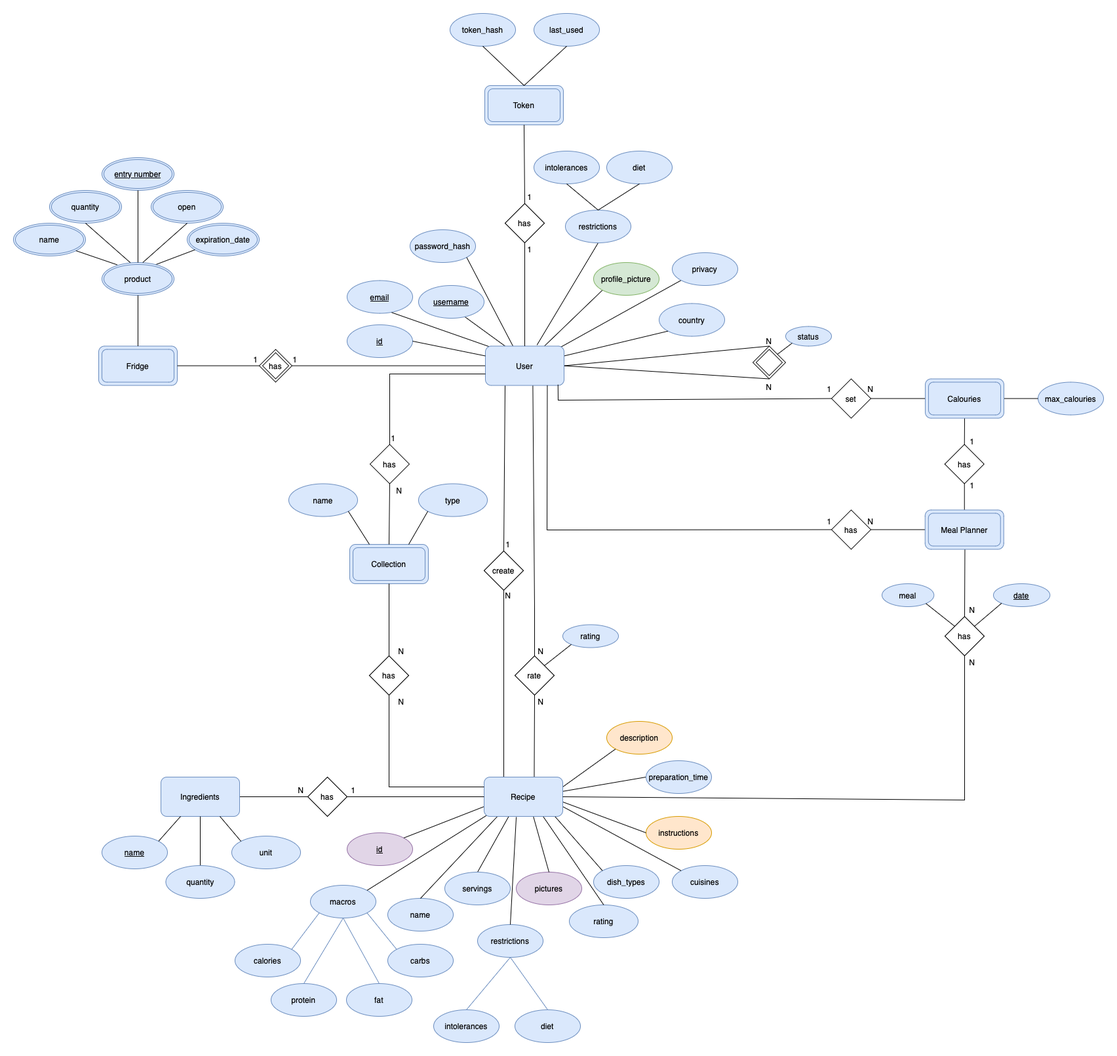
The draw.io diagram docs/imgs/ModeloEA.png in vascosta/epicurius, before a commit. Source tidied: cells renumbered, new cells last; positions are measured from the earlier drawing's top-left corner, leaving out a move shared by most shapes.
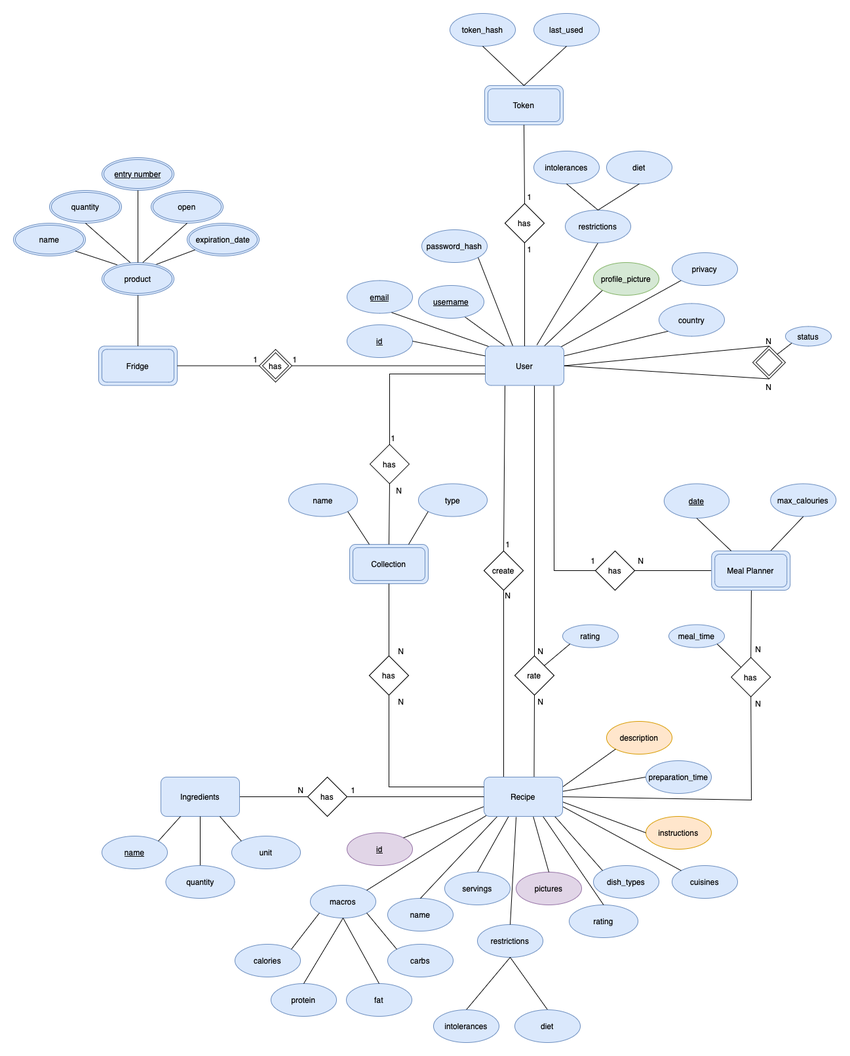
The same file after the commit.

The edit, as a diff of the source:
```diff
@@ -11,3 +11,3 @@
     <mxCell id="4" value="password_hash" style="ellipse;whiteSpace=wrap;html=1;fillColor=#dae8fc;strokeColor=#6c8ebf;" parent="1" vertex="1">
-      <mxGeometry x="605" y="330" width="100" height="50" as="geometry" />
+      <mxGeometry x="623" y="330" width="100" height="50" as="geometry" />
     </mxCell>
@@ -103,12 +103,12 @@
     </mxCell>
-    <mxCell id="35" style="endArrow=none;html=1;rounded=0;entryX=1;entryY=0;entryDx=0;entryDy=0;exitX=0;exitY=1;exitDx=0;exitDy=0;fillColor=#dae8fc;strokeColor=#6c8ebf;" parent="1" edge="1" source="17" target="21">
+    <mxCell id="35" style="endArrow=none;html=1;rounded=0;entryX=1;entryY=0;entryDx=0;entryDy=0;exitX=0;exitY=1;exitDx=0;exitDy=0;fillColor=#dae8fc;strokeColor=#000000;" parent="1" edge="1" source="17" target="21">
       <mxGeometry relative="1" as="geometry" />
     </mxCell>
-    <mxCell id="36" style="endArrow=none;html=1;rounded=0;entryX=0.5;entryY=0;entryDx=0;entryDy=0;exitX=0.5;exitY=1;exitDx=0;exitDy=0;fillColor=#dae8fc;strokeColor=#6c8ebf;" parent="1" edge="1" source="17" target="20">
+    <mxCell id="36" style="endArrow=none;html=1;rounded=0;entryX=0.5;entryY=0;entryDx=0;entryDy=0;exitX=0.5;exitY=1;exitDx=0;exitDy=0;fillColor=#dae8fc;strokeColor=#000000;" parent="1" edge="1" source="17" target="20">
       <mxGeometry relative="1" as="geometry" />
     </mxCell>
-    <mxCell id="37" style="endArrow=none;html=1;rounded=0;exitX=0.5;exitY=1;exitDx=0;exitDy=0;fillColor=#dae8fc;strokeColor=#6c8ebf;entryX=0.5;entryY=0;entryDx=0;entryDy=0;" parent="1" edge="1" source="17" target="19">
+    <mxCell id="37" style="endArrow=none;html=1;rounded=0;exitX=0.5;exitY=1;exitDx=0;exitDy=0;fillColor=#dae8fc;strokeColor=#000000;entryX=0.5;entryY=0;entryDx=0;entryDy=0;" parent="1" edge="1" source="17" target="19">
       <mxGeometry relative="1" as="geometry" />
     </mxCell>
-    <mxCell id="38" style="endArrow=none;html=1;rounded=0;entryX=0;entryY=0;entryDx=0;entryDy=0;exitX=1;exitY=1;exitDx=0;exitDy=0;fillColor=#dae8fc;strokeColor=#6c8ebf;" parent="1" edge="1" source="17" target="18">
+    <mxCell id="38" style="endArrow=none;html=1;rounded=0;entryX=0;entryY=0;entryDx=0;entryDy=0;exitX=1;exitY=1;exitDx=0;exitDy=0;fillColor=#dae8fc;strokeColor=#000000;" parent="1" edge="1" source="17" target="18">
       <mxGeometry relative="1" as="geometry" />
@@ -139,3 +139,3 @@
     </mxCell>
-    <mxCell id="47" style="endArrow=none;html=1;rounded=0;entryX=0.5;entryY=0;entryDx=0;entryDy=0;fillColor=#dae8fc;strokeColor=#6c8ebf;exitX=0.5;exitY=1;exitDx=0;exitDy=0;" parent="1" edge="1" source="23" target="48">
+    <mxCell id="47" style="endArrow=none;html=1;rounded=0;entryX=0.5;entryY=0;entryDx=0;entryDy=0;fillColor=#dae8fc;strokeColor=#000000;exitX=0.5;exitY=1;exitDx=0;exitDy=0;" parent="1" edge="1" source="23" target="48">
       <mxGeometry relative="1" as="geometry" />
@@ -145,3 +145,3 @@
     </mxCell>
-    <mxCell id="49" style="endArrow=none;html=1;rounded=0;entryX=0.5;entryY=1;entryDx=0;entryDy=0;exitX=0.5;exitY=0;exitDx=0;exitDy=0;fillColor=#dae8fc;strokeColor=#6c8ebf;" parent="1" edge="1" source="50" target="23">
+    <mxCell id="49" style="endArrow=none;html=1;rounded=0;entryX=0.5;entryY=1;entryDx=0;entryDy=0;exitX=0.5;exitY=0;exitDx=0;exitDy=0;fillColor=#dae8fc;strokeColor=#000000;" parent="1" edge="1" source="50" target="23">
       <mxGeometry relative="1" as="geometry" />
@@ -169,9 +169,10 @@
     </mxCell>
-    <mxCell id="57" style="endArrow=none;html=1;rounded=0;fontFamily=Helvetica;fontSize=12;fontColor=default;entryX=0.603;entryY=0.939;entryDx=0;entryDy=0;entryPerimeter=0;exitX=0.5;exitY=0;exitDx=0;exitDy=0;" parent="1" edge="1" source="81" target="65">
-      <mxGeometry relative="1" as="geometry">
-        <Array as="points">
-          <mxPoint x="795" y="910" />
-        </Array>
-      </mxGeometry>
-    </mxCell>
+    <mxCell id="165" style="endArrow=none;html=1;rounded=0;fontFamily=Helvetica;fontSize=12;fontColor=default;exitX=0.5;exitY=0;exitDx=0;exitDy=0;" parent="1" edge="1" source="81">
+      <mxGeometry relative="1" as="geometry">
+        <mxPoint x="795" y="560" as="targetPoint" />
+        <Array as="points">
+          <mxPoint x="795" y="910" />
+        </Array>
+      </mxGeometry>
+    </mxCell>
     <mxCell id="58" style="endArrow=none;html=1;rounded=0;fontFamily=Helvetica;fontSize=12;fontColor=default;entryX=0.5;entryY=1;entryDx=0;entryDy=0;exitX=0.637;exitY=0.016;exitDx=0;exitDy=0;exitPerimeter=0;" parent="1" edge="1" source="75" target="81">
@@ -185,8 +186,8 @@
     </mxCell>
-    <mxCell id="61" style="endArrow=none;html=1;rounded=0;fontFamily=Helvetica;fontSize=12;fontColor=default;entryX=1;entryY=0.5;entryDx=0;entryDy=0;exitX=0.5;exitY=1;exitDx=0;exitDy=0;" parent="1" edge="1" source="51" target="65">
-      <mxGeometry relative="1" as="geometry" />
-    </mxCell>
-    <mxCell id="62" style="endArrow=none;html=1;rounded=0;fontFamily=Helvetica;fontSize=12;fontColor=default;exitX=0.5;exitY=0;exitDx=0;exitDy=0;entryX=1;entryY=0.5;entryDx=0;entryDy=0;" parent="1" edge="1" source="51" target="65">
-      <mxGeometry relative="1" as="geometry" />
-    </mxCell>
+    <mxCell id="166" style="endArrow=none;html=1;rounded=0;fontFamily=Helvetica;fontSize=12;fontColor=default;entryX=1;entryY=0.5;entryDx=0;entryDy=0;exitX=0.5;exitY=1;exitDx=0;exitDy=0;" parent="1" edge="1" source="51" target="65">
+      <mxGeometry relative="1" as="geometry" />
+    </mxCell>
+    <mxCell id="167" style="endArrow=none;html=1;rounded=0;fontFamily=Helvetica;fontSize=12;fontColor=default;exitX=0.5;exitY=0;exitDx=0;exitDy=0;entryX=1;entryY=0.5;entryDx=0;entryDy=0;" parent="1" edge="1" source="51" target="65">
+      <mxGeometry relative="1" as="geometry" />
+    </mxCell>
     <mxCell id="63" value="N" style="text;html=1;align=center;verticalAlign=middle;whiteSpace=wrap;rounded=0;" parent="1" vertex="1">
@@ -284,47 +285,33 @@
     </mxCell>
-    <mxCell id="94" style="endArrow=none;html=1;rounded=0;entryX=0.787;entryY=0.997;entryDx=0;entryDy=0;exitX=0;exitY=0.5;exitDx=0;exitDy=0;entryPerimeter=0;" parent="1" edge="1" source="95" target="65">
-      <mxGeometry relative="1" as="geometry">
-        <Array as="points">
-          <mxPoint x="814" y="788" />
-        </Array>
-      </mxGeometry>
-    </mxCell>
-    <mxCell id="95" value="has" style="rhombus;whiteSpace=wrap;html=1;" parent="1" vertex="1">
-      <mxGeometry x="1248" y="757.5" width="60" height="60" as="geometry" />
-    </mxCell>
-    <mxCell id="96" style="endArrow=none;html=1;rounded=0;exitX=0.5;exitY=1;exitDx=0;exitDy=0;entryX=1;entryY=0.5;entryDx=0;entryDy=0;" parent="1" edge="1" source="97" target="75">
-      <mxGeometry relative="1" as="geometry">
-        <Array as="points">
-          <mxPoint x="1451" y="1200" />
-        </Array>
-      </mxGeometry>
-    </mxCell>
-    <mxCell id="97" value="has" style="rhombus;whiteSpace=wrap;html=1;" parent="1" vertex="1">
-      <mxGeometry x="1421" y="920" width="60" height="60" as="geometry" />
-    </mxCell>
-    <mxCell id="98" style="endArrow=none;html=1;rounded=0;exitX=1;exitY=0.5;exitDx=0;exitDy=0;entryX=0;entryY=0.5;entryDx=0;entryDy=0;" parent="1" edge="1" source="95" target="129">
-      <mxGeometry relative="1" as="geometry" />
-    </mxCell>
-    <mxCell id="99" style="endArrow=none;html=1;rounded=0;exitX=0.506;exitY=1;exitDx=0;exitDy=0;exitPerimeter=0;entryX=0.5;entryY=0;entryDx=0;entryDy=0;" parent="1" edge="1" source="129" target="97">
-      <mxGeometry relative="1" as="geometry" />
-    </mxCell>
-    <mxCell id="100" value="N" style="text;html=1;align=center;verticalAlign=middle;whiteSpace=wrap;rounded=0;" parent="1" vertex="1">
-      <mxGeometry x="1452.8" y="897.5" width="20" height="25" as="geometry" />
-    </mxCell>
-    <mxCell id="101" value="N" style="text;html=1;align=center;verticalAlign=middle;whiteSpace=wrap;rounded=0;" parent="1" vertex="1">
-      <mxGeometry x="1452.8" y="980" width="20" height="20" as="geometry" />
-    </mxCell>
-    <mxCell id="102" value="N" style="text;html=1;align=center;verticalAlign=middle;whiteSpace=wrap;rounded=0;" parent="1" vertex="1">
-      <mxGeometry x="1298" y="765" width="20" height="20" as="geometry" />
-    </mxCell>
-    <mxCell id="103" value="1" style="text;html=1;align=center;verticalAlign=middle;whiteSpace=wrap;rounded=0;" parent="1" vertex="1">
-      <mxGeometry x="1235" y="765" width="20" height="20" as="geometry" />
-    </mxCell>
-    <mxCell id="104" style="endArrow=none;html=1;rounded=0;entryX=0.923;entryY=0.979;entryDx=0;entryDy=0;exitX=0;exitY=0.5;exitDx=0;exitDy=0;entryPerimeter=0;" parent="1" edge="1" source="114" target="65">
-      <mxGeometry relative="1" as="geometry">
-        <Array as="points">
-          <mxPoint x="831" y="590" />
-        </Array>
-      </mxGeometry>
-    </mxCell>
+    <mxCell id="168" value="has" style="rhombus;whiteSpace=wrap;html=1;" parent="1" vertex="1">
+      <mxGeometry x="888" y="820" width="60" height="60" as="geometry" />
+    </mxCell>
+    <mxCell id="169" style="endArrow=none;html=1;rounded=0;exitX=0.5;exitY=1;exitDx=0;exitDy=0;entryX=1;entryY=0.5;entryDx=0;entryDy=0;" parent="1" edge="1" source="170" target="75">
+      <mxGeometry relative="1" as="geometry">
+        <Array as="points">
+          <mxPoint x="1126" y="1200" />
+        </Array>
+      </mxGeometry>
+    </mxCell>
+    <mxCell id="170" value="has" style="rhombus;whiteSpace=wrap;html=1;" parent="1" vertex="1">
+      <mxGeometry x="1095.2" y="982.5" width="60" height="60" as="geometry" />
+    </mxCell>
+    <mxCell id="171" style="endArrow=none;html=1;rounded=0;exitX=1;exitY=0.5;exitDx=0;exitDy=0;entryX=0;entryY=0.5;entryDx=0;entryDy=0;" parent="1" edge="1" source="168" target="129">
+      <mxGeometry relative="1" as="geometry" />
+    </mxCell>
+    <mxCell id="172" style="endArrow=none;html=1;rounded=0;exitX=0.506;exitY=1;exitDx=0;exitDy=0;exitPerimeter=0;entryX=0.5;entryY=0;entryDx=0;entryDy=0;" parent="1" edge="1" source="129" target="170">
+      <mxGeometry relative="1" as="geometry" />
+    </mxCell>
+    <mxCell id="173" value="N" style="text;html=1;align=center;verticalAlign=middle;whiteSpace=wrap;rounded=0;" parent="1" vertex="1">
+      <mxGeometry x="1127" y="957.5" width="20" height="25" as="geometry" />
+    </mxCell>
+    <mxCell id="174" value="N" style="text;html=1;align=center;verticalAlign=middle;whiteSpace=wrap;rounded=0;" parent="1" vertex="1">
+      <mxGeometry x="1127" y="1042.5" width="20" height="20" as="geometry" />
+    </mxCell>
+    <mxCell id="175" value="N" style="text;html=1;align=center;verticalAlign=middle;whiteSpace=wrap;rounded=0;" parent="1" vertex="1">
+      <mxGeometry x="948" y="825" width="20" height="20" as="geometry" />
+    </mxCell>
+    <mxCell id="176" value="1" style="text;html=1;align=center;verticalAlign=middle;whiteSpace=wrap;rounded=0;" parent="1" vertex="1">
+      <mxGeometry x="875" y="825" width="20" height="20" as="geometry" />
+    </mxCell>
     <mxCell id="105" value="rating" style="ellipse;whiteSpace=wrap;html=1;fillColor=#dae8fc;strokeColor=#6c8ebf;" parent="1" vertex="1">
@@ -335,35 +322,8 @@
     </mxCell>
-    <mxCell id="107" style="endArrow=none;html=1;rounded=0;entryX=0.5;entryY=1;entryDx=0;entryDy=0;exitX=0.5;exitY=1;exitDx=0;exitDy=0;" parent="1" edge="1" source="108" target="129">
-      <mxGeometry relative="1" as="geometry" />
-    </mxCell>
-    <mxCell id="108" value="has" style="rhombus;whiteSpace=wrap;html=1;" parent="1" vertex="1">
-      <mxGeometry x="1420.8" y="657.5" width="60" height="60" as="geometry" />
-    </mxCell>
-    <mxCell id="109" style="endArrow=none;html=1;rounded=0;entryX=0.5;entryY=0;entryDx=0;entryDy=0;exitX=0.5;exitY=1;exitDx=0;exitDy=0;" parent="1" edge="1" source="130" target="108">
-      <mxGeometry relative="1" as="geometry" />
-    </mxCell>
-    <mxCell id="110" value="1" style="text;html=1;align=center;verticalAlign=middle;whiteSpace=wrap;rounded=0;" parent="1" vertex="1">
-      <mxGeometry x="1457.8" y="712.5" width="10" height="15" as="geometry" />
-    </mxCell>
-    <mxCell id="111" value="1" style="text;html=1;align=center;verticalAlign=middle;whiteSpace=wrap;rounded=0;" parent="1" vertex="1">
-      <mxGeometry x="1457.8" y="647.5" width="10" height="10" as="geometry" />
-    </mxCell>
     <mxCell id="112" value="max_calouries" style="ellipse;whiteSpace=wrap;html=1;fillColor=#dae8fc;strokeColor=#6c8ebf;" parent="1" vertex="1">
-      <mxGeometry x="1563" y="562.5" width="100" height="50" as="geometry" />
+      <mxGeometry x="1155.2" y="717.5" width="100" height="50" as="geometry" />
     </mxCell>
-    <mxCell id="113" style="endArrow=none;html=1;rounded=0;entryX=1;entryY=0.5;entryDx=0;entryDy=0;exitX=0;exitY=0.5;exitDx=0;exitDy=0;" parent="1" edge="1" source="112" target="130">
-      <mxGeometry relative="1" as="geometry" />
-    </mxCell>
-    <mxCell id="114" value="set" style="rhombus;whiteSpace=wrap;html=1;" parent="1" vertex="1">
-      <mxGeometry x="1248" y="557.5" width="60" height="60" as="geometry" />
-    </mxCell>
-    <mxCell id="115" style="endArrow=none;html=1;rounded=0;entryX=1;entryY=0.5;entryDx=0;entryDy=0;exitX=0;exitY=0.5;exitDx=0;exitDy=0;" parent="1" edge="1" source="130" target="114">
-      <mxGeometry relative="1" as="geometry" />
-    </mxCell>
-    <mxCell id="116" value="N" style="text;html=1;align=center;verticalAlign=middle;whiteSpace=wrap;rounded=0;" parent="1" vertex="1">
-      <mxGeometry x="1298" y="562.5" width="20" height="20" as="geometry" />
-    </mxCell>
-    <mxCell id="117" value="1" style="text;html=1;align=center;verticalAlign=middle;whiteSpace=wrap;rounded=0;" parent="1" vertex="1">
-      <mxGeometry x="1235" y="562.5" width="20" height="20" as="geometry" />
-    </mxCell>
+    <mxCell id="177" style="endArrow=none;html=1;rounded=0;entryX=0.75;entryY=0;entryDx=0;entryDy=0;exitX=0.5;exitY=1;exitDx=0;exitDy=0;" parent="1" edge="1" source="112" target="129">
+      <mxGeometry relative="1" as="geometry" />
+    </mxCell>
     <mxCell id="118" value="restrictions" style="ellipse;whiteSpace=wrap;html=1;fillColor=#dae8fc;strokeColor=#6c8ebf;" parent="1" vertex="1">
@@ -402,7 +362,4 @@
     <mxCell id="129" value="Meal Planner" style="shape=ext;margin=3;double=1;whiteSpace=wrap;html=1;align=center;fillColor=#dae8fc;strokeColor=#6c8ebf;rounded=1;" parent="1" vertex="1">
-      <mxGeometry x="1390.8" y="757.5" width="120" height="60" as="geometry" />
+      <mxGeometry x="1065.2" y="820" width="120" height="60" as="geometry" />
     </mxCell>
-    <mxCell id="130" value="Calouries" style="shape=ext;margin=3;double=1;whiteSpace=wrap;html=1;align=center;fillColor=#dae8fc;strokeColor=#6c8ebf;rounded=1;" parent="1" vertex="1">
-      <mxGeometry x="1391" y="557.5" width="120" height="60" as="geometry" />
-    </mxCell>
     <mxCell id="131" value="&lt;u&gt;entry number&lt;/u&gt;" style="ellipse;shape=doubleEllipse;margin=3;whiteSpace=wrap;html=1;align=center;fillColor=#dae8fc;strokeColor=#6c8ebf;" parent="1" vertex="1">
@@ -414,13 +371,7 @@
     <mxCell id="133" value="&lt;u&gt;date&lt;/u&gt;" style="ellipse;whiteSpace=wrap;html=1;fillColor=#dae8fc;strokeColor=#6c8ebf;" parent="1" vertex="1">
-      <mxGeometry x="1495" y="870" width="86.2" height="35" as="geometry" />
+      <mxGeometry x="992.9" y="717.5" width="99.2" height="52.5" as="geometry" />
     </mxCell>
-    <mxCell id="134" value="meal" style="ellipse;whiteSpace=wrap;html=1;fillColor=#dae8fc;strokeColor=#6c8ebf;" parent="1" vertex="1">
-      <mxGeometry x="1325" y="870" width="79.2" height="35" as="geometry" />
-    </mxCell>
-    <mxCell id="135" style="endArrow=none;html=1;rounded=0;entryX=0;entryY=1;entryDx=0;entryDy=0;exitX=1;exitY=0;exitDx=0;exitDy=0;" parent="1" edge="1" source="97" target="133">
-      <mxGeometry relative="1" as="geometry" />
-    </mxCell>
-    <mxCell id="136" style="endArrow=none;html=1;rounded=0;entryX=1;entryY=1;entryDx=0;entryDy=0;exitX=0;exitY=0;exitDx=0;exitDy=0;" parent="1" edge="1" source="97" target="134">
-      <mxGeometry relative="1" as="geometry" />
-    </mxCell>
+    <mxCell id="178" style="endArrow=none;html=1;rounded=0;entryX=0.5;entryY=1;entryDx=0;entryDy=0;exitX=0.25;exitY=0;exitDx=0;exitDy=0;" parent="1" edge="1" source="129" target="133">
+      <mxGeometry relative="1" as="geometry" />
+    </mxCell>
     <mxCell id="137" style="endArrow=none;html=1;rounded=0;exitX=0.5;exitY=1;exitDx=0;exitDy=0;entryX=0.5;entryY=0;entryDx=0;entryDy=0;" parent="1" edge="1" source="72" target="56">
@@ -443,10 +394,10 @@
     </mxCell>
-    <mxCell id="143" style="endArrow=none;html=1;rounded=0;exitX=0.5;exitY=0;exitDx=0;exitDy=0;" parent="1" edge="1" source="144">
-      <mxGeometry relative="1" as="geometry">
-        <mxPoint x="720" y="550" as="targetPoint" />
-        <Array as="points">
-          <mxPoint x="574" y="550" />
-        </Array>
-      </mxGeometry>
-    </mxCell>
+    <mxCell id="179" style="endArrow=none;html=1;rounded=0;exitX=0.5;exitY=0;exitDx=0;exitDy=0;" parent="1" edge="1" source="144">
+      <mxGeometry relative="1" as="geometry">
+        <mxPoint x="720" y="550" as="targetPoint" />
+        <Array as="points">
+          <mxPoint x="574" y="550" />
+        </Array>
+      </mxGeometry>
+    </mxCell>
     <mxCell id="144" value="has" style="rhombus;whiteSpace=wrap;html=1;" parent="1" vertex="1">
@@ -518,2 +469,15 @@
     </mxCell>
+    <mxCell id="180" style="endArrow=none;html=1;rounded=0;exitX=0;exitY=0.5;exitDx=0;exitDy=0;entryX=0.872;entryY=1.008;entryDx=0;entryDy=0;entryPerimeter=0;" parent="1" edge="1" source="168" target="65">
+      <mxGeometry relative="1" as="geometry">
+        <Array as="points">
+          <mxPoint x="825" y="850" />
+        </Array>
+      </mxGeometry>
+    </mxCell>
+    <mxCell id="181" value="meal_time" style="ellipse;whiteSpace=wrap;html=1;fillColor=#dae8fc;strokeColor=#6c8ebf;" parent="1" vertex="1">
+      <mxGeometry x="1000" y="932.5" width="85" height="35" as="geometry" />
+    </mxCell>
+    <mxCell id="182" style="endArrow=none;html=1;rounded=0;entryX=0;entryY=0;entryDx=0;entryDy=0;exitX=1;exitY=1;exitDx=0;exitDy=0;" parent="1" edge="1" source="181" target="170">
+      <mxGeometry relative="1" as="geometry" />
+    </mxCell>
   </root>
```
